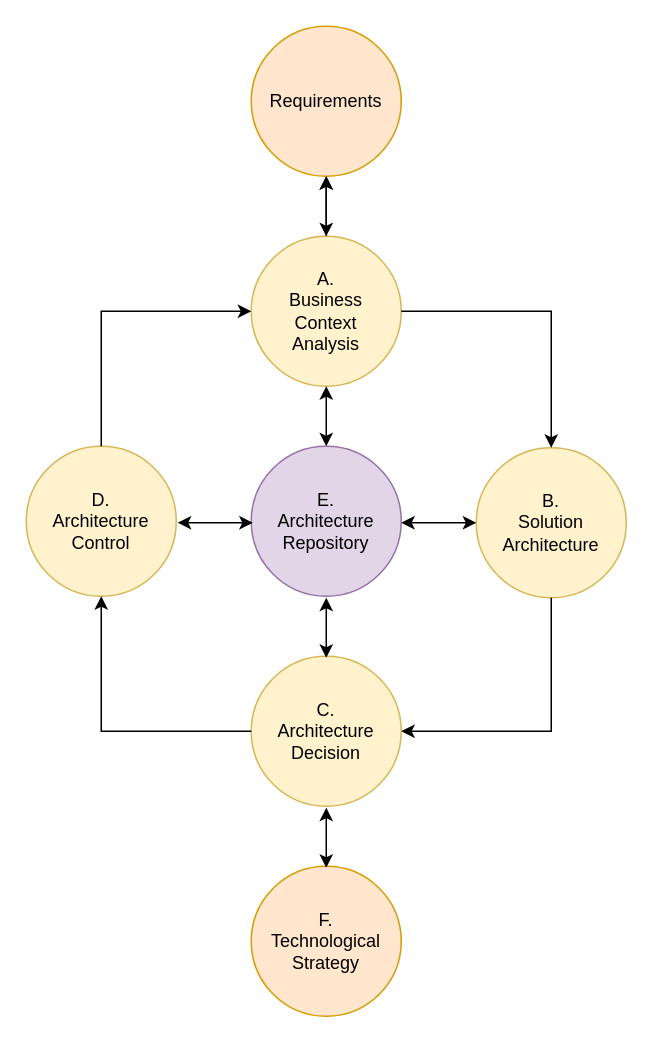
Earlier version of the draw.io diagram page "Basic" (1 of 2) of eac.drawio (germanx/archinomicon). Source tidied: cells renumbered, new cells numbered last; positions are measured from the earlier drawing's top-left corner, leaving out a move shared by most shapes. Both pictures are drawn from the tidied source at 150%, with x=0, y=0 at pixel (26, 26).
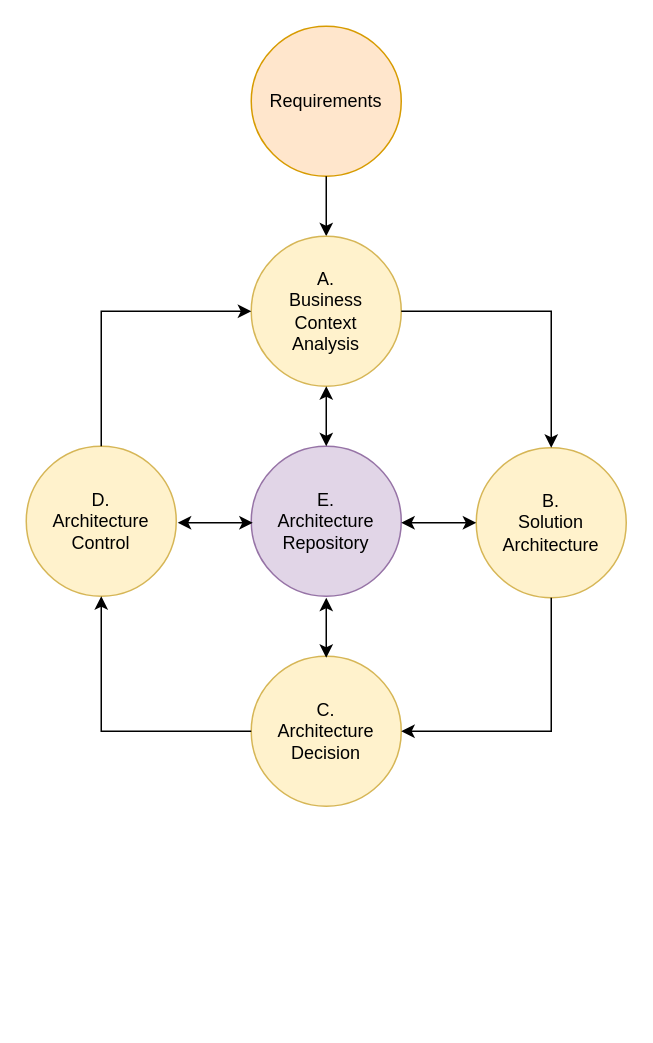
After the change.

Unchanged cells that the change refers to:
```xml
<mxCell id="2" value="Requirements" style="ellipse;whiteSpace=wrap;html=1;fillColor=#ffe6cc;strokeColor=#d79b00;" parent="1" vertex="1">
  <mxGeometry x="150" width="100" height="100" as="geometry" />
</mxCell>
<mxCell id="4" value="A.&lt;br&gt;Business &lt;br&gt;Context &lt;br&gt;Analysis" style="ellipse;whiteSpace=wrap;html=1;fillColor=#fff2cc;strokeColor=#d6b656;" parent="1" vertex="1">
  <mxGeometry x="150" y="140" width="100" height="100" as="geometry" />
</mxCell>
```

What changed in the source:
```diff
@@
-    <mxCell id="3" style="edgeStyle=orthogonalEdgeStyle;rounded=0;jettySize=auto;html=1;" parent="1" edge="1" source="4" target="2">
+    <mxCell id="3" style="edgeStyle=orthogonalEdgeStyle;rounded=0;jettySize=auto;html=1;startArrow=classic;startFill=1;endArrow=none;endFill=0;" parent="1" edge="1" source="4" target="2">
       <mxGeometry relative="1" as="geometry" />
     </mxCell>
@@
-    <mxCell id="8" value="F.&lt;br&gt;Technological&lt;br&gt;Strategy" style="ellipse;whiteSpace=wrap;html=1;fillColor=#ffe6cc;strokeColor=#d79b00;" parent="1" vertex="1">
-      <mxGeometry x="150" y="560" width="100" height="100" as="geometry" />
-    </mxCell>
@@
-    <mxCell id="10" style="endArrow=classic;startArrow=classic;html=1;rounded=0;entryX=0.5;entryY=1;entryDx=0;entryDy=0;exitX=0.5;exitY=0;exitDx=0;exitDy=0;" parent="1" edge="1" source="4" target="2">
-      <mxGeometry relative="1" as="geometry" />
-    </mxCell>
@@
-    <mxCell id="18" style="endArrow=classic;startArrow=classic;html=1;rounded=0;entryX=0.5;entryY=1;entryDx=0;entryDy=0;exitX=0.5;exitY=0;exitDx=0;exitDy=0;" parent="1" edge="1">
-      <mxGeometry relative="1" as="geometry">
-        <mxPoint x="200" y="561" as="sourcePoint" />
-        <mxPoint x="200" y="521" as="targetPoint" />
-      </mxGeometry>
-    </mxCell>
```
